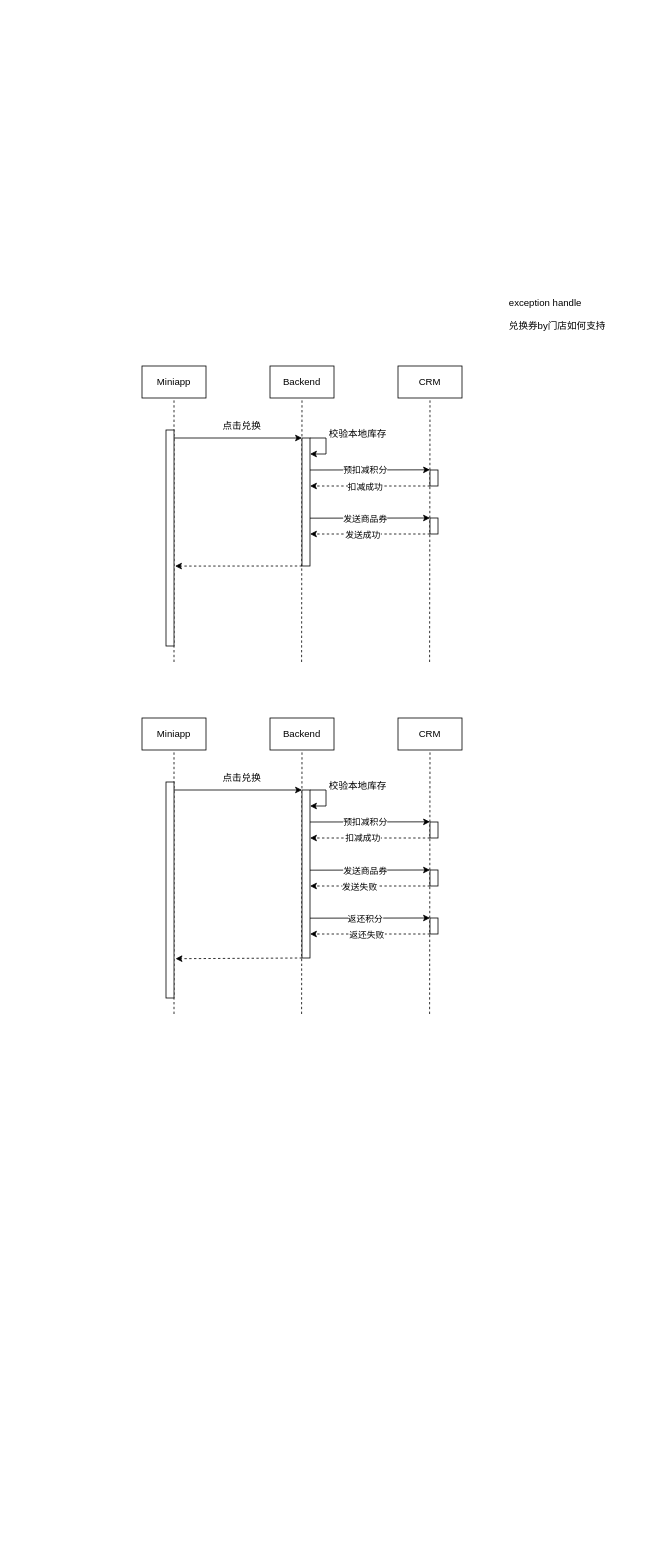
Before: VF/point_redeem.drawio in yeahsyoung/diagram, a draw.io diagram. Source tidied: cells renumbered, new cells numbered last; positions are measured from the earlier drawing's top-left corner, leaving out a move shared by most shapes. Both pictures are drawn from the tidied source at 80%, with x=0, y=0 at pixel (142, 278).
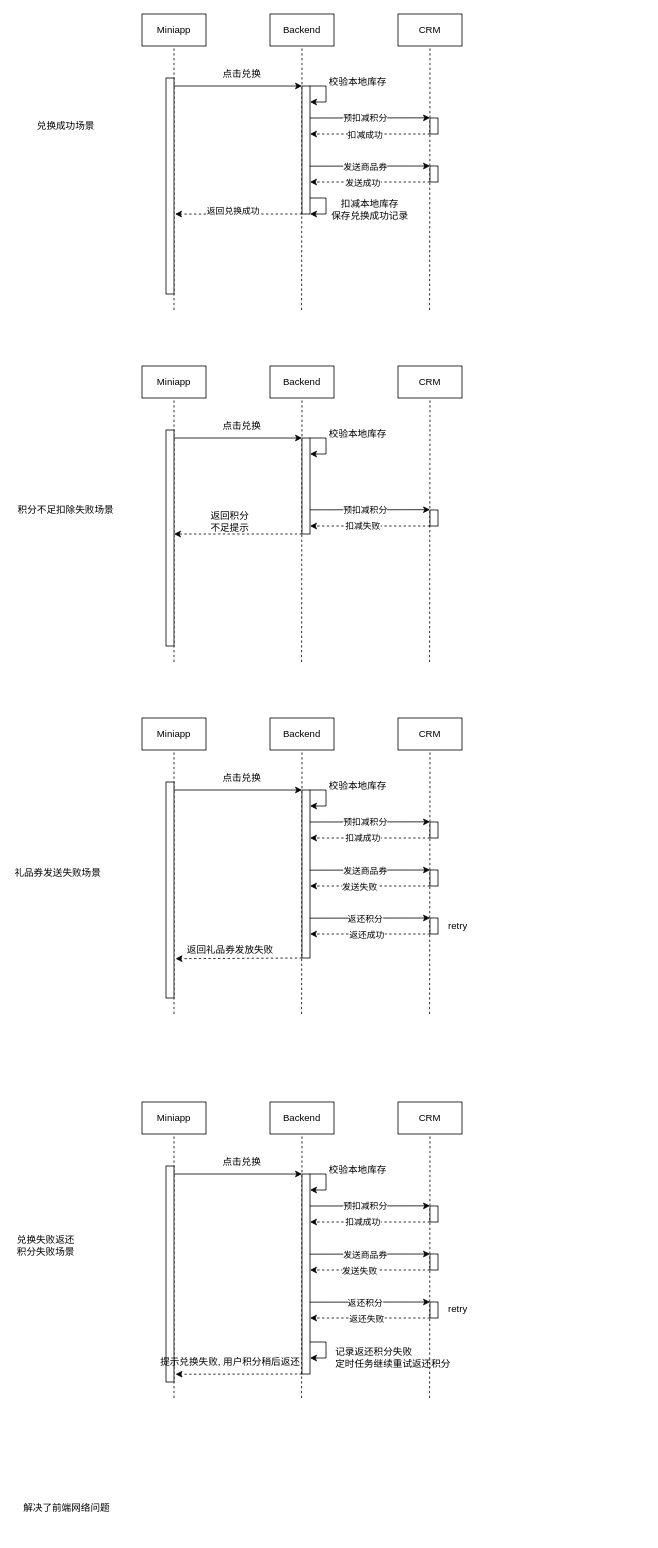
Above is the later version.

The change refers to these unchanged cells:
```xml
<mxCell id="51" style="endArrow=classic;html=1;rounded=0;dashed=1;" parent="1" edge="1">
  <mxGeometry relative="1" as="geometry">
    <mxPoint x="360" y="820" as="sourcePoint" />
    <mxPoint x="210" y="820" as="targetPoint" />
  </mxGeometry>
</mxCell>
```

What changed in the source:
```diff
@@
-    <mxCell id="2" value="exception handle&lt;br&gt;&lt;br&gt;兑换券by门店如何支持" style="text;html=1;strokeColor=none;fillColor=none;align=left;verticalAlign=middle;whiteSpace=wrap;rounded=0;" parent="1" vertex="1">
-      <mxGeometry x="457" width="170" height="90" as="geometry" />
-    </mxCell>
     <mxCell id="3" value="Miniapp" style="rounded=0;whiteSpace=wrap;html=1;" parent="1" vertex="1">
-      <mxGeometry y="110" width="80" height="40" as="geometry" />
+      <mxGeometry y="-330" width="80" height="40" as="geometry" />
     </mxCell>
     <mxCell id="4" value="Backend" style="rounded=0;whiteSpace=wrap;html=1;" parent="1" vertex="1">
-      <mxGeometry x="160" y="110" width="80" height="40" as="geometry" />
+      <mxGeometry x="160" y="-330" width="80" height="40" as="geometry" />
     </mxCell>
     <mxCell id="5" value="CRM" style="rounded=0;whiteSpace=wrap;html=1;" parent="1" vertex="1">
-      <mxGeometry x="320" y="110" width="80" height="40" as="geometry" />
+      <mxGeometry x="320" y="-330" width="80" height="40" as="geometry" />
     </mxCell>
     <mxCell id="6" style="endArrow=none;dashed=1;html=1;rounded=0;entryX=0.5;entryY=1;entryDx=0;entryDy=0;" parent="1" edge="1" target="3">
       <mxGeometry relative="1" as="geometry">
-        <mxPoint x="40" y="480" as="sourcePoint" />
+        <mxPoint x="40" y="40" as="sourcePoint" />
       </mxGeometry>
     </mxCell>
     <mxCell id="7" style="endArrow=none;dashed=1;html=1;rounded=0;entryX=0.5;entryY=1;entryDx=0;entryDy=0;" parent="1" edge="1" target="4">
       <mxGeometry relative="1" as="geometry">
-        <mxPoint x="199.5" y="480" as="sourcePoint" />
+        <mxPoint x="199.5" y="40" as="sourcePoint" />
       </mxGeometry>
     </mxCell>
     <mxCell id="8" style="endArrow=none;dashed=1;html=1;rounded=0;entryX=0.5;entryY=1;entryDx=0;entryDy=0;" parent="1" edge="1" target="5">
       <mxGeometry relative="1" as="geometry">
-        <mxPoint x="359.5" y="480" as="sourcePoint" />
+        <mxPoint x="359.5" y="40" as="sourcePoint" />
       </mxGeometry>
     </mxCell>
     <mxCell id="9" style="rounded=0;whiteSpace=wrap;html=1;" parent="1" vertex="1">
-      <mxGeometry x="30" y="190" width="10" height="270" as="geometry" />
+      <mxGeometry x="30" y="-250" width="10" height="270" as="geometry" />
     </mxCell>
     <mxCell id="10" value="点击兑换" style="text;html=1;strokeColor=none;fillColor=none;align=center;verticalAlign=middle;whiteSpace=wrap;rounded=0;" parent="1" vertex="1">
-      <mxGeometry x="80" y="170" width="90" height="30" as="geometry" />
+      <mxGeometry x="80" y="-270" width="90" height="30" as="geometry" />
     </mxCell>
     <mxCell id="11" style="rounded=0;whiteSpace=wrap;html=1;" parent="1" vertex="1">
-      <mxGeometry x="360" y="300" width="10" height="20" as="geometry" />
+      <mxGeometry x="360" y="-140" width="10" height="20" as="geometry" />
     </mxCell>
     <mxCell id="12" value="校验本地库存" style="text;html=1;strokeColor=none;fillColor=none;align=center;verticalAlign=middle;whiteSpace=wrap;rounded=0;" parent="1" vertex="1">
-      <mxGeometry x="230" y="180" width="80" height="30" as="geometry" />
+      <mxGeometry x="230" y="-260" width="80" height="30" as="geometry" />
     </mxCell>
     <mxCell id="13" style="endArrow=classic;html=1;rounded=0;" parent="1" edge="1">
       <mxGeometry relative="1" as="geometry">
-        <mxPoint x="40" y="200" as="sourcePoint" />
-        <mxPoint x="200" y="200" as="targetPoint" />
+        <mxPoint x="40" y="-240" as="sourcePoint" />
+        <mxPoint x="200" y="-240" as="targetPoint" />
       </mxGeometry>
     </mxCell>
     <mxCell id="14" style="endArrow=classic;html=1;rounded=0;entryX=1.129;entryY=0.63;entryDx=0;entryDy=0;entryPerimeter=0;dashed=1;" parent="1" edge="1" target="9">
       <mxGeometry relative="1" as="geometry">
-        <mxPoint x="200" y="360" as="sourcePoint" />
+        <mxPoint x="200" y="-80" as="sourcePoint" />
       </mxGeometry>
     </mxCell>
+    <mxCell id="54" value="返回兑换成功" style="edgeLabel;html=1;align=center;verticalAlign=middle;" parent="14" vertex="1">
+      <mxGeometry x="0.08" y="-4" relative="1" as="geometry" />
+    </mxCell>
     <mxCell id="15" style="rounded=0;whiteSpace=wrap;html=1;" parent="1" vertex="1">
-      <mxGeometry x="200" y="200" width="10" height="160" as="geometry" />
+      <mxGeometry x="200" y="-240" width="10" height="160" as="geometry" />
     </mxCell>
     <mxCell id="16" style="endArrow=classic;html=1;rounded=0;" parent="1" edge="1">
       <mxGeometry relative="1" as="geometry">
-        <mxPoint x="210" y="200" as="sourcePoint" />
-        <mxPoint x="210" y="220" as="targetPoint" />
+        <mxPoint x="210" y="-240" as="sourcePoint" />
+        <mxPoint x="210" y="-220" as="targetPoint" />
         <Array as="points">
-          <mxPoint x="230" y="200" />
-          <mxPoint x="230" y="220" />
+          <mxPoint x="230" y="-240" />
+          <mxPoint x="230" y="-220" />
         </Array>
       </mxGeometry>
     </mxCell>
     <mxCell id="17" style="endArrow=classic;html=1;rounded=0;" parent="1" edge="1">
       <mxGeometry relative="1" as="geometry">
-        <mxPoint x="210" y="240" as="sourcePoint" />
-        <mxPoint x="360" y="239.8" as="targetPoint" />
+        <mxPoint x="210" y="-200" as="sourcePoint" />
+        <mxPoint x="360" y="-200.2" as="targetPoint" />
       </mxGeometry>
     </mxCell>
@@
     <mxCell id="19" style="endArrow=classic;html=1;rounded=0;dashed=1;" parent="1" edge="1">
       <mxGeometry relative="1" as="geometry">
-        <mxPoint x="360" y="260" as="sourcePoint" />
-        <mxPoint x="210" y="260" as="targetPoint" />
+        <mxPoint x="360" y="-180" as="sourcePoint" />
+        <mxPoint x="210" y="-180" as="targetPoint" />
       </mxGeometry>
     </mxCell>
@@
     <mxCell id="21" style="rounded=0;whiteSpace=wrap;html=1;" parent="1" vertex="1">
-      <mxGeometry x="360" y="240" width="10" height="20" as="geometry" />
+      <mxGeometry x="360" y="-200" width="10" height="20" as="geometry" />
     </mxCell>
     <mxCell id="22" style="endArrow=classic;html=1;rounded=0;" parent="1" edge="1">
       <mxGeometry relative="1" as="geometry">
-        <mxPoint x="210" y="300.2" as="sourcePoint" />
-        <mxPoint x="360" y="300" as="targetPoint" />
+        <mxPoint x="210" y="-139.8" as="sourcePoint" />
+        <mxPoint x="360" y="-140" as="targetPoint" />
       </mxGeometry>
     </mxCell>
@@
     <mxCell id="24" style="endArrow=classic;html=1;rounded=0;dashed=1;" parent="1" edge="1">
       <mxGeometry relative="1" as="geometry">
-        <mxPoint x="360" y="320" as="sourcePoint" />
-        <mxPoint x="210" y="320" as="targetPoint" />
+        <mxPoint x="360" y="-120" as="sourcePoint" />
+        <mxPoint x="210" y="-120" as="targetPoint" />
       </mxGeometry>
     </mxCell>
@@
-    <mxCell id="52" value="返还失败" style="edgeLabel;html=1;align=center;verticalAlign=middle;" parent="51" vertex="1">
+    <mxCell id="52" value="返还成功" style="edgeLabel;html=1;align=center;verticalAlign=middle;" parent="51" vertex="1">
       <mxGeometry x="0.18" relative="1" as="geometry">
         <mxPoint x="9" as="offset" />
       </mxGeometry>
     </mxCell>
@@
+    <mxCell id="55" value="兑换成功场景" style="text;html=1;strokeColor=none;fillColor=none;align=center;verticalAlign=middle;whiteSpace=wrap;rounded=0;" parent="1" vertex="1">
+      <mxGeometry x="-140" y="-212.5" width="90" height="45" as="geometry" />
+    </mxCell>
+    <mxCell id="56" value="Miniapp" style="rounded=0;whiteSpace=wrap;html=1;" parent="1" vertex="1">
+      <mxGeometry y="110" width="80" height="40" as="geometry" />
+    </mxCell>
+    <mxCell id="57" value="Backend" style="rounded=0;whiteSpace=wrap;html=1;" parent="1" vertex="1">
+      <mxGeometry x="160" y="110" width="80" height="40" as="geometry" />
+    </mxCell>
+    <mxCell id="58" value="CRM" style="rounded=0;whiteSpace=wrap;html=1;" parent="1" vertex="1">
+      <mxGeometry x="320" y="110" width="80" height="40" as="geometry" />
+    </mxCell>
+    <mxCell id="59" style="endArrow=none;dashed=1;html=1;rounded=0;entryX=0.5;entryY=1;entryDx=0;entryDy=0;" parent="1" edge="1" target="56">
+      <mxGeometry relative="1" as="geometry">
+        <mxPoint x="40" y="480" as="sourcePoint" />
+      </mxGeometry>
+    </mxCell>
+    <mxCell id="60" style="endArrow=none;dashed=1;html=1;rounded=0;entryX=0.5;entryY=1;entryDx=0;entryDy=0;" parent="1" edge="1" target="57">
+      <mxGeometry relative="1" as="geometry">
+        <mxPoint x="199.5" y="480" as="sourcePoint" />
+      </mxGeometry>
+    </mxCell>
+    <mxCell id="61" style="endArrow=none;dashed=1;html=1;rounded=0;entryX=0.5;entryY=1;entryDx=0;entryDy=0;" parent="1" edge="1" target="58">
+      <mxGeometry relative="1" as="geometry">
+        <mxPoint x="359.5" y="480" as="sourcePoint" />
+      </mxGeometry>
+    </mxCell>
+    <mxCell id="62" style="rounded=0;whiteSpace=wrap;html=1;" parent="1" vertex="1">
+      <mxGeometry x="30" y="190" width="10" height="270" as="geometry" />
+    </mxCell>
+    <mxCell id="63" value="点击兑换" style="text;html=1;strokeColor=none;fillColor=none;align=center;verticalAlign=middle;whiteSpace=wrap;rounded=0;" parent="1" vertex="1">
+      <mxGeometry x="80" y="170" width="90" height="30" as="geometry" />
+    </mxCell>
+    <mxCell id="64" value="校验本地库存" style="text;html=1;strokeColor=none;fillColor=none;align=center;verticalAlign=middle;whiteSpace=wrap;rounded=0;" parent="1" vertex="1">
+      <mxGeometry x="230" y="180" width="80" height="30" as="geometry" />
+    </mxCell>
+    <mxCell id="65" style="endArrow=classic;html=1;rounded=0;" parent="1" edge="1">
+      <mxGeometry relative="1" as="geometry">
+        <mxPoint x="40" y="200" as="sourcePoint" />
+        <mxPoint x="200" y="200" as="targetPoint" />
+      </mxGeometry>
+    </mxCell>
+    <mxCell id="66" style="endArrow=classic;html=1;rounded=0;dashed=1;exitX=0;exitY=1;exitDx=0;exitDy=0;" parent="1" edge="1" source="67">
+      <mxGeometry relative="1" as="geometry">
+        <mxPoint x="40" y="320" as="targetPoint" />
+      </mxGeometry>
+    </mxCell>
+    <mxCell id="67" style="rounded=0;whiteSpace=wrap;html=1;" parent="1" vertex="1">
+      <mxGeometry x="200" y="200" width="10" height="120" as="geometry" />
+    </mxCell>
+    <mxCell id="68" style="endArrow=classic;html=1;rounded=0;" parent="1" edge="1">
+      <mxGeometry relative="1" as="geometry">
+        <mxPoint x="210" y="200" as="sourcePoint" />
+        <mxPoint x="210" y="220" as="targetPoint" />
+        <Array as="points">
+          <mxPoint x="230" y="200" />
+          <mxPoint x="230" y="220" />
+        </Array>
+      </mxGeometry>
+    </mxCell>
+    <mxCell id="69" style="endArrow=classic;html=1;rounded=0;" parent="1" edge="1">
+      <mxGeometry relative="1" as="geometry">
+        <mxPoint x="210" y="289.8" as="sourcePoint" />
+        <mxPoint x="360" y="289.6" as="targetPoint" />
+      </mxGeometry>
+    </mxCell>
+    <mxCell id="70" value="预扣减积分" style="edgeLabel;html=1;align=center;verticalAlign=middle;" parent="69" vertex="1">
+      <mxGeometry x="-0.32" relative="1" as="geometry">
+        <mxPoint x="18" as="offset" />
+      </mxGeometry>
+    </mxCell>
+    <mxCell id="71" style="endArrow=classic;html=1;rounded=0;dashed=1;" parent="1" edge="1">
+      <mxGeometry relative="1" as="geometry">
+        <mxPoint x="360" y="310" as="sourcePoint" />
+        <mxPoint x="210" y="310" as="targetPoint" />
+      </mxGeometry>
+    </mxCell>
+    <mxCell id="72" value="扣减失败" style="edgeLabel;html=1;align=center;verticalAlign=middle;" parent="71" vertex="1">
+      <mxGeometry x="0.13" y="-1" relative="1" as="geometry" />
+    </mxCell>
+    <mxCell id="73" style="rounded=0;whiteSpace=wrap;html=1;" parent="1" vertex="1">
+      <mxGeometry x="360" y="290" width="10" height="20" as="geometry" />
+    </mxCell>
+    <mxCell id="74" value="返回积分不足提示" style="text;html=1;strokeColor=none;fillColor=none;align=center;verticalAlign=middle;whiteSpace=wrap;rounded=0;" parent="1" vertex="1">
+      <mxGeometry x="80" y="290" width="60" height="30" as="geometry" />
+    </mxCell>
+    <mxCell id="75" value="积分不足扣除失败场景" style="text;html=1;strokeColor=none;fillColor=none;align=center;verticalAlign=middle;whiteSpace=wrap;rounded=0;" parent="1" vertex="1">
+      <mxGeometry x="-160" y="270" width="130" height="40" as="geometry" />
+    </mxCell>
+    <mxCell id="76" style="endArrow=classic;html=1;rounded=0;" parent="1" edge="1">
+      <mxGeometry relative="1" as="geometry">
+        <mxPoint x="210" y="-100" as="sourcePoint" />
+        <mxPoint x="210" y="-80" as="targetPoint" />
+        <Array as="points">
+          <mxPoint x="230" y="-100" />
+          <mxPoint x="230" y="-80" />
+        </Array>
+      </mxGeometry>
+    </mxCell>
+    <mxCell id="77" value="扣减本地库存&lt;br&gt;保存兑换成功记录" style="text;html=1;strokeColor=none;fillColor=none;align=center;verticalAlign=middle;whiteSpace=wrap;rounded=0;" parent="1" vertex="1">
+      <mxGeometry x="230" y="-100" width="110" height="30" as="geometry" />
+    </mxCell>
+    <mxCell id="78" value="Miniapp" style="rounded=0;whiteSpace=wrap;html=1;" parent="1" vertex="1">
+      <mxGeometry y="1030" width="80" height="40" as="geometry" />
+    </mxCell>
+    <mxCell id="79" value="Backend" style="rounded=0;whiteSpace=wrap;html=1;" parent="1" vertex="1">
+      <mxGeometry x="160" y="1030" width="80" height="40" as="geometry" />
+    </mxCell>
+    <mxCell id="80" value="CRM" style="rounded=0;whiteSpace=wrap;html=1;" parent="1" vertex="1">
+      <mxGeometry x="320" y="1030" width="80" height="40" as="geometry" />
+    </mxCell>
+    <mxCell id="81" style="endArrow=none;dashed=1;html=1;rounded=0;entryX=0.5;entryY=1;entryDx=0;entryDy=0;" parent="1" edge="1" target="78">
+      <mxGeometry relative="1" as="geometry">
+        <mxPoint x="40" y="1400" as="sourcePoint" />
+      </mxGeometry>
+    </mxCell>
+    <mxCell id="82" style="endArrow=none;dashed=1;html=1;rounded=0;entryX=0.5;entryY=1;entryDx=0;entryDy=0;" parent="1" edge="1" target="79">
+      <mxGeometry relative="1" as="geometry">
+        <mxPoint x="199.5" y="1400" as="sourcePoint" />
+      </mxGeometry>
+    </mxCell>
+    <mxCell id="83" style="endArrow=none;dashed=1;html=1;rounded=0;entryX=0.5;entryY=1;entryDx=0;entryDy=0;" parent="1" edge="1" target="80">
+      <mxGeometry relative="1" as="geometry">
+        <mxPoint x="359.5" y="1400" as="sourcePoint" />
+      </mxGeometry>
+    </mxCell>
+    <mxCell id="84" style="rounded=0;whiteSpace=wrap;html=1;" parent="1" vertex="1">
+      <mxGeometry x="30" y="1110" width="10" height="270" as="geometry" />
+    </mxCell>
+    <mxCell id="85" value="点击兑换" style="text;html=1;strokeColor=none;fillColor=none;align=center;verticalAlign=middle;whiteSpace=wrap;rounded=0;" parent="1" vertex="1">
+      <mxGeometry x="80" y="1090" width="90" height="30" as="geometry" />
+    </mxCell>
+    <mxCell id="86" style="rounded=0;whiteSpace=wrap;html=1;" parent="1" vertex="1">
+      <mxGeometry x="360" y="1220" width="10" height="20" as="geometry" />
+    </mxCell>
+    <mxCell id="87" value="校验本地库存" style="text;html=1;strokeColor=none;fillColor=none;align=center;verticalAlign=middle;whiteSpace=wrap;rounded=0;" parent="1" vertex="1">
+      <mxGeometry x="230" y="1100" width="80" height="30" as="geometry" />
+    </mxCell>
+    <mxCell id="88" style="endArrow=classic;html=1;rounded=0;" parent="1" edge="1">
+      <mxGeometry relative="1" as="geometry">
+        <mxPoint x="40" y="1120" as="sourcePoint" />
+        <mxPoint x="200" y="1120" as="targetPoint" />
+      </mxGeometry>
+    </mxCell>
+    <mxCell id="89" style="endArrow=classic;html=1;rounded=0;entryX=1.195;entryY=0.964;entryDx=0;entryDy=0;entryPerimeter=0;dashed=1;exitX=0;exitY=1;exitDx=0;exitDy=0;" parent="1" edge="1" source="90" target="84">
+      <mxGeometry relative="1" as="geometry" />
+    </mxCell>
+    <mxCell id="90" style="rounded=0;whiteSpace=wrap;html=1;" parent="1" vertex="1">
+      <mxGeometry x="200" y="1120" width="10" height="250" as="geometry" />
+    </mxCell>
+    <mxCell id="91" style="endArrow=classic;html=1;rounded=0;" parent="1" edge="1">
+      <mxGeometry relative="1" as="geometry">
+        <mxPoint x="210" y="1120" as="sourcePoint" />
+        <mxPoint x="210" y="1140" as="targetPoint" />
+        <Array as="points">
+          <mxPoint x="230" y="1120" />
+          <mxPoint x="230" y="1140" />
+        </Array>
+      </mxGeometry>
+    </mxCell>
+    <mxCell id="92" style="endArrow=classic;html=1;rounded=0;" parent="1" edge="1">
+      <mxGeometry relative="1" as="geometry">
+        <mxPoint x="210" y="1160" as="sourcePoint" />
+        <mxPoint x="360" y="1159.8" as="targetPoint" />
+      </mxGeometry>
+    </mxCell>
+    <mxCell id="93" value="预扣减积分" style="edgeLabel;html=1;align=center;verticalAlign=middle;" parent="92" vertex="1">
+      <mxGeometry x="-0.32" relative="1" as="geometry">
+        <mxPoint x="18" as="offset" />
+      </mxGeometry>
+    </mxCell>
+    <mxCell id="94" style="endArrow=classic;html=1;rounded=0;dashed=1;" parent="1" edge="1">
+      <mxGeometry relative="1" as="geometry">
+        <mxPoint x="360" y="1180" as="sourcePoint" />
+        <mxPoint x="210" y="1180" as="targetPoint" />
+      </mxGeometry>
+    </mxCell>
+    <mxCell id="95" value="扣减成功" style="edgeLabel;html=1;align=center;verticalAlign=middle;" parent="94" vertex="1">
+      <mxGeometry x="0.13" y="-1" relative="1" as="geometry" />
+    </mxCell>
+    <mxCell id="96" style="rounded=0;whiteSpace=wrap;html=1;" parent="1" vertex="1">
+      <mxGeometry x="360" y="1160" width="10" height="20" as="geometry" />
+    </mxCell>
+    <mxCell id="97" style="endArrow=classic;html=1;rounded=0;" parent="1" edge="1">
+      <mxGeometry relative="1" as="geometry">
+        <mxPoint x="210" y="1220.2" as="sourcePoint" />
+        <mxPoint x="360" y="1220" as="targetPoint" />
+      </mxGeometry>
+    </mxCell>
+    <mxCell id="98" value="发送商品券" style="edgeLabel;html=1;align=center;verticalAlign=middle;" parent="97" vertex="1">
+      <mxGeometry x="-0.32" relative="1" as="geometry">
+        <mxPoint x="18" as="offset" />
+      </mxGeometry>
+    </mxCell>
+    <mxCell id="99" style="endArrow=classic;html=1;rounded=0;dashed=1;" parent="1" edge="1">
+      <mxGeometry relative="1" as="geometry">
+        <mxPoint x="360" y="1240" as="sourcePoint" />
+        <mxPoint x="210" y="1240" as="targetPoint" />
+      </mxGeometry>
+    </mxCell>
+    <mxCell id="100" value="发送失败" style="edgeLabel;html=1;align=center;verticalAlign=middle;" parent="99" vertex="1">
+      <mxGeometry x="0.18" relative="1" as="geometry" />
+    </mxCell>
+    <mxCell id="101" style="endArrow=classic;html=1;rounded=0;" parent="1" edge="1">
+      <mxGeometry relative="1" as="geometry">
+        <mxPoint x="210" y="1280.2" as="sourcePoint" />
+        <mxPoint x="360" y="1280" as="targetPoint" />
+      </mxGeometry>
+    </mxCell>
+    <mxCell id="102" value="返还积分" style="edgeLabel;html=1;align=center;verticalAlign=middle;" parent="101" vertex="1">
+      <mxGeometry x="-0.32" relative="1" as="geometry">
+        <mxPoint x="18" as="offset" />
+      </mxGeometry>
+    </mxCell>
+    <mxCell id="103" style="endArrow=classic;html=1;rounded=0;dashed=1;" parent="1" edge="1">
+      <mxGeometry relative="1" as="geometry">
+        <mxPoint x="360" y="1300" as="sourcePoint" />
+        <mxPoint x="210" y="1300" as="targetPoint" />
+      </mxGeometry>
+    </mxCell>
+    <mxCell id="104" value="返还失败" style="edgeLabel;html=1;align=center;verticalAlign=middle;" parent="103" vertex="1">
+      <mxGeometry x="0.18" relative="1" as="geometry">
+        <mxPoint x="9" as="offset" />
+      </mxGeometry>
+    </mxCell>
+    <mxCell id="105" style="rounded=0;whiteSpace=wrap;html=1;" parent="1" vertex="1">
+      <mxGeometry x="360" y="1280" width="10" height="20" as="geometry" />
+    </mxCell>
+    <mxCell id="106" value="礼品券发送失败场景" style="text;html=1;strokeColor=none;fillColor=none;align=center;verticalAlign=middle;whiteSpace=wrap;rounded=0;" parent="1" vertex="1">
+      <mxGeometry x="-160" y="719" width="110" height="50" as="geometry" />
+    </mxCell>
+    <mxCell id="107" value="返回礼品券发放失败" style="text;html=1;align=center;verticalAlign=middle;strokeColor=none;fillColor=none;" parent="1" vertex="1">
+      <mxGeometry x="45" y="825" width="130" height="30" as="geometry" />
+    </mxCell>
+    <mxCell id="108" value="兑换失败返还积分失败场景" style="text;html=1;strokeColor=none;fillColor=none;align=center;verticalAlign=middle;whiteSpace=wrap;rounded=0;" parent="1" vertex="1">
+      <mxGeometry x="-160" y="1190" width="80" height="40" as="geometry" />
+    </mxCell>
+    <mxCell id="109" value="retry" style="text;html=1;strokeColor=none;fillColor=none;align=center;verticalAlign=middle;whiteSpace=wrap;rounded=0;" parent="1" vertex="1">
+      <mxGeometry x="370" y="795" width="50" height="30" as="geometry" />
+    </mxCell>
+    <mxCell id="110" value="retry" style="text;html=1;strokeColor=none;fillColor=none;align=center;verticalAlign=middle;whiteSpace=wrap;rounded=0;" parent="1" vertex="1">
+      <mxGeometry x="370" y="1274" width="50" height="30" as="geometry" />
+    </mxCell>
+    <mxCell id="111" value="解决了前端网络问题&lt;br&gt;&lt;br&gt;" style="text;html=1;strokeColor=none;fillColor=none;align=left;verticalAlign=middle;whiteSpace=wrap;rounded=0;" parent="1" vertex="1">
+      <mxGeometry x="-150" y="1520" width="210" height="50" as="geometry" />
+    </mxCell>
+    <mxCell id="112" style="endArrow=classic;html=1;rounded=0;" parent="1" edge="1">
+      <mxGeometry relative="1" as="geometry">
+        <mxPoint x="210" y="1330" as="sourcePoint" />
+        <mxPoint x="210" y="1350" as="targetPoint" />
+        <Array as="points">
+          <mxPoint x="230" y="1330" />
+          <mxPoint x="230" y="1350" />
+        </Array>
+      </mxGeometry>
+    </mxCell>
+    <mxCell id="113" value="记录返还积分失败&lt;br&gt;定时任务继续重试返还积分" style="text;html=1;strokeColor=none;fillColor=none;align=left;verticalAlign=middle;whiteSpace=wrap;rounded=0;" parent="1" vertex="1">
+      <mxGeometry x="240" y="1330" width="160" height="40" as="geometry" />
+    </mxCell>
+    <mxCell id="114" value="提示兑换失败, 用户积分稍后返还" style="text;html=1;align=center;verticalAlign=middle;strokeColor=none;fillColor=none;" parent="1" vertex="1">
+      <mxGeometry x="10" y="1340" width="200" height="30" as="geometry" />
+    </mxCell>
```
